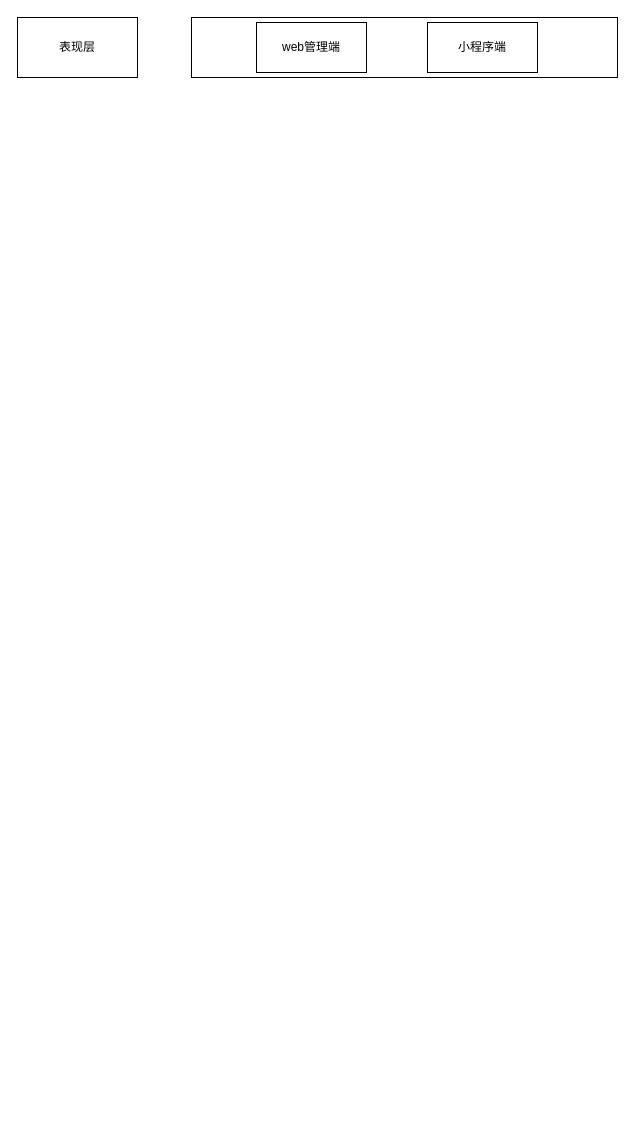
Above: 系统层次.drawio in wuyuhang911/draw (draw.io), before the change. Source tidied: cells renumbered, new cells numbered last; positions are measured from the earlier drawing's top-left corner, leaving out a move shared by most shapes. Both pictures are drawn from the tidied source at 100%, with x=0, y=0 at pixel (17, 17).
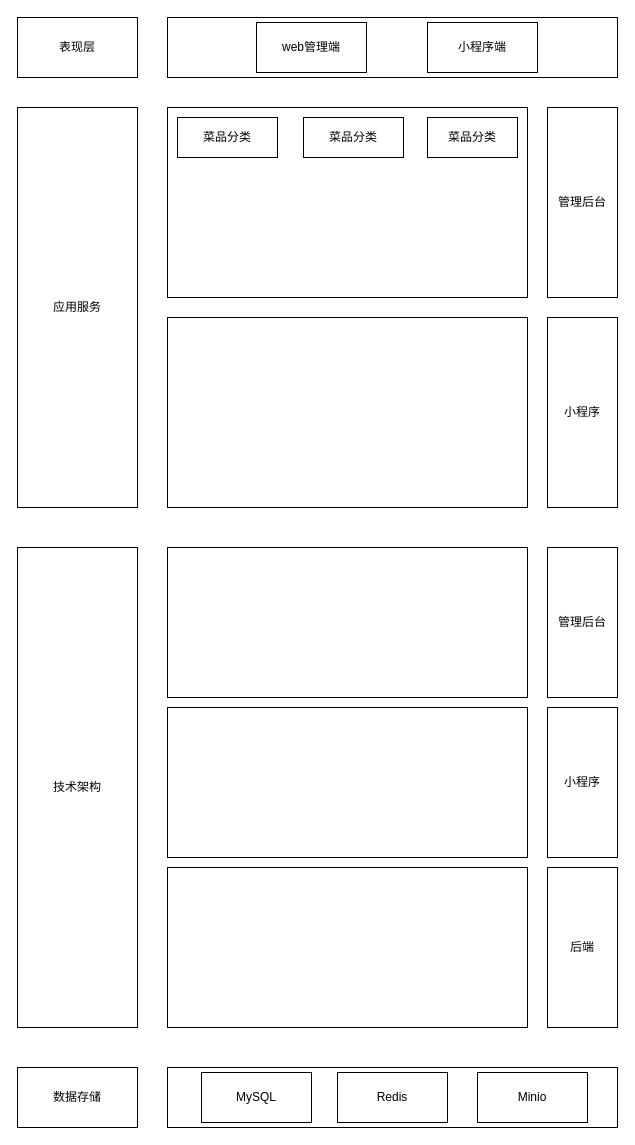
The same page after the edit.

Commit message (it also covers changes not shown here):
更新系统层次.drawio

Diff of the diagram source:
```diff
@@
     <mxCell id="2" style="rounded=0;whiteSpace=wrap;html=1;" parent="1" vertex="1">
-      <mxGeometry x="174" width="426" height="60" as="geometry" />
+      <mxGeometry x="150" width="450" height="60" as="geometry" />
     </mxCell>
@@
+    <mxCell id="6" value="应用服务" style="rounded=0;whiteSpace=wrap;html=1;" parent="1" vertex="1">
+      <mxGeometry y="90" width="120" height="400" as="geometry" />
+    </mxCell>
+    <mxCell id="7" value="技术架构" style="rounded=0;whiteSpace=wrap;html=1;" parent="1" vertex="1">
+      <mxGeometry y="530" width="120" height="480" as="geometry" />
+    </mxCell>
+    <mxCell id="8" value="数据存储" style="rounded=0;whiteSpace=wrap;html=1;" parent="1" vertex="1">
+      <mxGeometry y="1050" width="120" height="60" as="geometry" />
+    </mxCell>
+    <mxCell id="9" style="rounded=0;whiteSpace=wrap;html=1;" parent="1" vertex="1">
+      <mxGeometry x="150" y="90" width="360" height="190" as="geometry" />
+    </mxCell>
+    <mxCell id="10" value="管理后台" style="rounded=0;whiteSpace=wrap;html=1;" parent="1" vertex="1">
+      <mxGeometry x="530" y="90" width="70" height="190" as="geometry" />
+    </mxCell>
+    <mxCell id="11" style="rounded=0;whiteSpace=wrap;html=1;" parent="1" vertex="1">
+      <mxGeometry x="150" y="300" width="360" height="190" as="geometry" />
+    </mxCell>
+    <mxCell id="12" value="小程序" style="rounded=0;whiteSpace=wrap;html=1;" parent="1" vertex="1">
+      <mxGeometry x="530" y="300" width="70" height="190" as="geometry" />
+    </mxCell>
+    <mxCell id="13" style="rounded=0;whiteSpace=wrap;html=1;" parent="1" vertex="1">
+      <mxGeometry x="150" y="530" width="360" height="150" as="geometry" />
+    </mxCell>
+    <mxCell id="14" value="管理后台" style="rounded=0;whiteSpace=wrap;html=1;" parent="1" vertex="1">
+      <mxGeometry x="530" y="530" width="70" height="150" as="geometry" />
+    </mxCell>
+    <mxCell id="15" style="rounded=0;whiteSpace=wrap;html=1;" parent="1" vertex="1">
+      <mxGeometry x="150" y="850" width="360" height="160" as="geometry" />
+    </mxCell>
+    <mxCell id="16" value="后端" style="rounded=0;whiteSpace=wrap;html=1;" parent="1" vertex="1">
+      <mxGeometry x="530" y="850" width="70" height="160" as="geometry" />
+    </mxCell>
+    <mxCell id="17" style="rounded=0;whiteSpace=wrap;html=1;" parent="1" vertex="1">
+      <mxGeometry x="150" y="1050" width="450" height="60" as="geometry" />
+    </mxCell>
+    <mxCell id="18" value="MySQL" style="rounded=0;whiteSpace=wrap;html=1;" parent="1" vertex="1">
+      <mxGeometry x="184" y="1055" width="110" height="50" as="geometry" />
+    </mxCell>
+    <mxCell id="19" value="Redis" style="rounded=0;whiteSpace=wrap;html=1;" parent="1" vertex="1">
+      <mxGeometry x="320" y="1055" width="110" height="50" as="geometry" />
+    </mxCell>
+    <mxCell id="20" value="Minio" style="rounded=0;whiteSpace=wrap;html=1;" parent="1" vertex="1">
+      <mxGeometry x="460" y="1055" width="110" height="50" as="geometry" />
+    </mxCell>
+    <mxCell id="21" style="rounded=0;whiteSpace=wrap;html=1;" parent="1" vertex="1">
+      <mxGeometry x="150" y="690" width="360" height="150" as="geometry" />
+    </mxCell>
+    <mxCell id="22" value="小程序" style="rounded=0;whiteSpace=wrap;html=1;" parent="1" vertex="1">
+      <mxGeometry x="530" y="690" width="70" height="150" as="geometry" />
+    </mxCell>
+    <mxCell id="23" value="菜品分类" style="rounded=0;whiteSpace=wrap;html=1;" parent="1" vertex="1">
+      <mxGeometry x="160" y="100" width="100" height="40" as="geometry" />
+    </mxCell>
+    <mxCell id="24" value="菜品分类" style="rounded=0;whiteSpace=wrap;html=1;" parent="1" vertex="1">
+      <mxGeometry x="286" y="100" width="100" height="40" as="geometry" />
+    </mxCell>
+    <mxCell id="25" value="菜品分类" style="rounded=0;whiteSpace=wrap;html=1;" parent="1" vertex="1">
+      <mxGeometry x="410" y="100" width="90" height="40" as="geometry" />
+    </mxCell>
```
